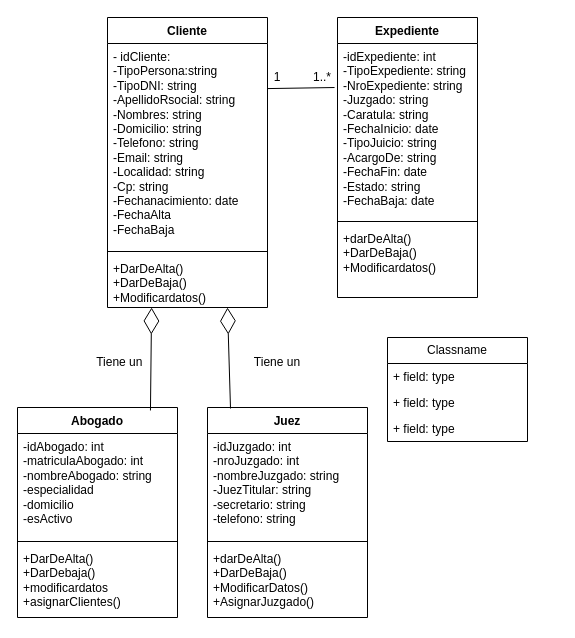
The draw.io diagram Diagrama sin título.drawio in OrianaLapenta/gato, before the edit. Source tidied: cells renumbered, new cells numbered last; positions are measured from the earlier drawing's top-left corner, leaving out a move shared by most shapes. Both pictures are drawn from the tidied source at 100%, with x=0, y=0 at pixel (17, 17).
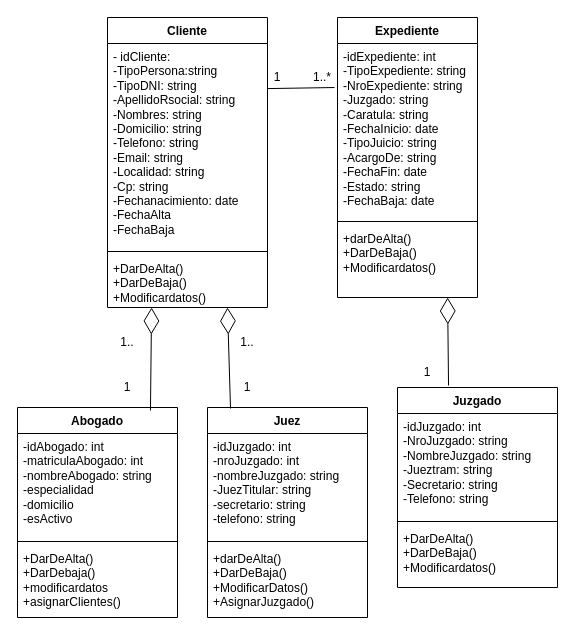
The same page after the edit.

What changed in the source:
```diff
@@
-    <mxCell id="21" value="Tiene un&amp;nbsp;" style="text;html=1;whiteSpace=wrap;strokeColor=none;fillColor=none;align=center;verticalAlign=middle;rounded=0;" parent="1" vertex="1">
-      <mxGeometry x="34" y="330" width="140" height="30" as="geometry" />
+    <mxCell id="21" value="1" style="text;html=1;whiteSpace=wrap;strokeColor=none;fillColor=none;align=center;verticalAlign=middle;rounded=0;" parent="1" vertex="1">
+      <mxGeometry x="90" y="360" width="40" height="20" as="geometry" />
     </mxCell>
-    <mxCell id="22" value="Tiene un" style="text;html=1;whiteSpace=wrap;strokeColor=none;fillColor=none;align=center;verticalAlign=middle;rounded=0;" parent="1" vertex="1">
-      <mxGeometry x="230" y="330" width="60" height="30" as="geometry" />
-    </mxCell>
@@
-    <mxCell id="25" value="Classname" style="swimlane;fontStyle=0;horizontal=1;startSize=26;fillColor=none;whiteSpace=wrap;html=1;" parent="1" vertex="1">
-      <mxGeometry x="370" y="320" width="140" height="104" as="geometry" />
-    </mxCell>
-    <mxCell id="26" value="+ field: type" style="text;strokeColor=none;fillColor=none;align=left;verticalAlign=top;spacingLeft=4;spacingRight=4;overflow=hidden;whiteSpace=wrap;html=1;" parent="25" vertex="1">
-      <mxGeometry y="26" width="140" height="26" as="geometry" />
-    </mxCell>
-    <mxCell id="27" value="+ field: type" style="text;strokeColor=none;fillColor=none;align=left;verticalAlign=top;spacingLeft=4;spacingRight=4;overflow=hidden;whiteSpace=wrap;html=1;" parent="25" vertex="1">
-      <mxGeometry y="52" width="140" height="26" as="geometry" />
-    </mxCell>
-    <mxCell id="28" value="+ field: type" style="text;strokeColor=none;fillColor=none;align=left;verticalAlign=top;spacingLeft=4;spacingRight=4;overflow=hidden;whiteSpace=wrap;html=1;" parent="25" vertex="1">
-      <mxGeometry y="78" width="140" height="26" as="geometry" />
-    </mxCell>
+    <mxCell id="29" value="Juzgado" style="swimlane;fontStyle=1;align=center;verticalAlign=top;horizontal=1;startSize=26;whiteSpace=wrap;html=1;" parent="1" vertex="1">
+      <mxGeometry x="380" y="370" width="160" height="200" as="geometry" />
+    </mxCell>
+    <mxCell id="30" value="&lt;div&gt;-idJuzgado: int&lt;/div&gt;&lt;div&gt;-NroJuzgado: string&lt;/div&gt;&lt;div&gt;-NombreJuzgado: string&lt;/div&gt;&lt;div&gt;-Jueztram: string&lt;/div&gt;&lt;div&gt;-Secretario: string&lt;/div&gt;&lt;div&gt;-Telefono: string&lt;/div&gt;" style="text;strokeColor=none;fillColor=none;align=left;verticalAlign=top;spacingLeft=4;spacingRight=4;overflow=hidden;whiteSpace=wrap;html=1;" parent="29" vertex="1">
+      <mxGeometry y="26" width="160" height="104" as="geometry" />
+    </mxCell>
+    <mxCell id="31" style="line;strokeWidth=1;fillColor=none;align=left;verticalAlign=middle;spacingTop=-1;spacingLeft=3;spacingRight=3;labelPosition=right;strokeColor=inherit;" parent="29" vertex="1">
+      <mxGeometry y="130" width="160" height="8" as="geometry" />
+    </mxCell>
+    <mxCell id="32" value="&lt;div&gt;+DarDeAlta()&lt;/div&gt;&lt;div&gt;+DarDeBaja()&lt;/div&gt;&lt;div&gt;+Modificardatos()&lt;/div&gt;" style="text;strokeColor=none;fillColor=none;align=left;verticalAlign=top;spacingLeft=4;spacingRight=4;overflow=hidden;whiteSpace=wrap;html=1;" parent="29" vertex="1">
+      <mxGeometry y="138" width="160" height="62" as="geometry" />
+    </mxCell>
+    <mxCell id="33" style="endArrow=diamondThin;endFill=0;endSize=24;html=1;rounded=0;entryX=0.629;entryY=1.028;entryDx=0;entryDy=0;entryPerimeter=0;exitX=0.319;exitY=-0.01;exitDx=0;exitDy=0;exitPerimeter=0;" parent="1" edge="1" source="29">
+      <mxGeometry relative="1" as="geometry">
+        <mxPoint x="430.1" y="280" as="targetPoint" />
+      </mxGeometry>
+    </mxCell>
+    <mxCell id="34" value="1" style="text;html=1;whiteSpace=wrap;strokeColor=none;fillColor=none;align=center;verticalAlign=middle;rounded=0;" parent="1" vertex="1">
+      <mxGeometry x="380" y="340" width="60" height="30" as="geometry" />
+    </mxCell>
+    <mxCell id="35" value="1" style="text;html=1;whiteSpace=wrap;strokeColor=none;fillColor=none;align=center;verticalAlign=middle;rounded=0;" parent="1" vertex="1">
+      <mxGeometry x="210" y="360" width="40" height="20" as="geometry" />
+    </mxCell>
+    <mxCell id="36" value="1.." style="text;html=1;whiteSpace=wrap;strokeColor=none;fillColor=none;align=center;verticalAlign=middle;rounded=0;" parent="1" vertex="1">
+      <mxGeometry x="200" y="310" width="60" height="30" as="geometry" />
+    </mxCell>
+    <mxCell id="37" value="1.." style="text;html=1;whiteSpace=wrap;strokeColor=none;fillColor=none;align=center;verticalAlign=middle;rounded=0;" parent="1" vertex="1">
+      <mxGeometry x="90" y="315" width="40" height="20" as="geometry" />
+    </mxCell>
```
